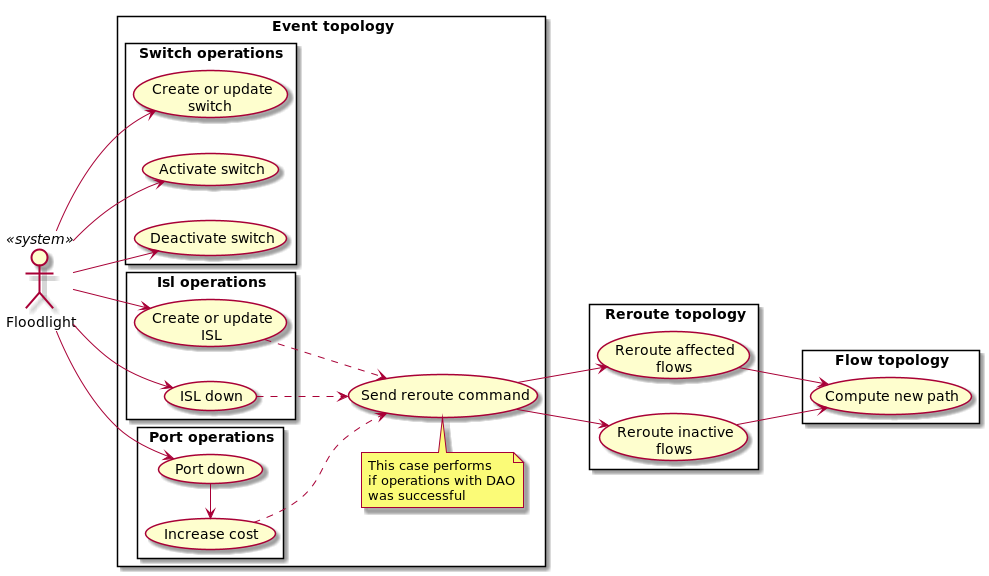
telstra/open-kilda keeps this PlantUML diagram as docs/design/solutions/reroute-topology/use-case-reroute-topology.png. Above is the earlier version.
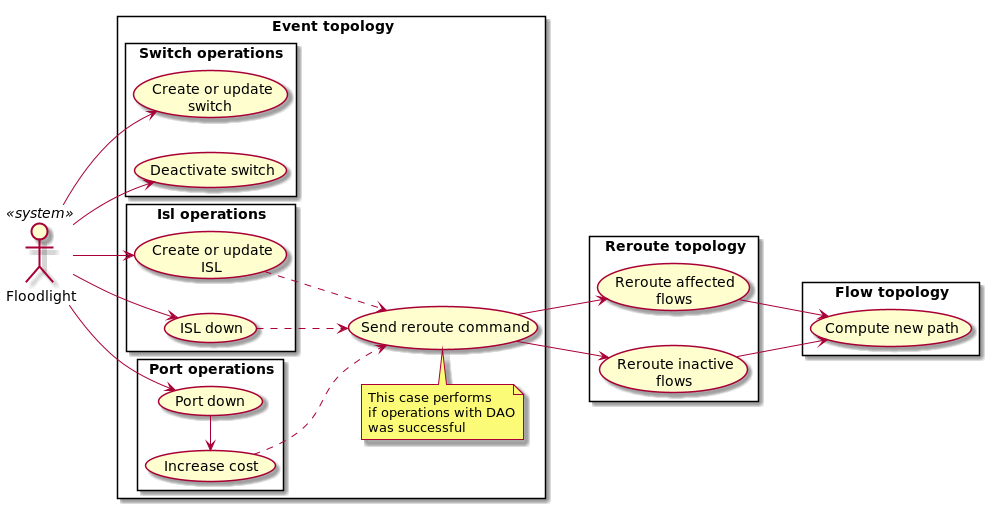
After the commit.

Commit message:
Refactor handling switch events in the Event topology.

The edit, as a diff of the source:
```diff
@@ -7,7 +7,6 @@
 rectangle "Event topology" {
     rectangle "Switch operations" {
         (Create or update\nswitch) as CUS
-        (Activate switch) as AS
         (Deactivate switch) as DS
     }
 
@@ -32,7 +31,6 @@
 }
 
 FL --> CUS
-FL --> AS
 FL --> DS
 FL --> CUI
 FL --> IDF
```
